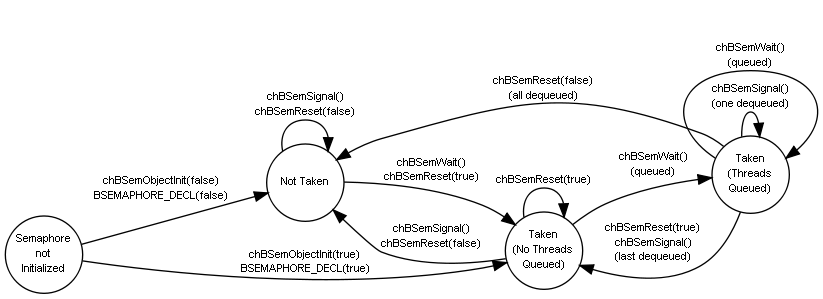
ArduPilot/ChibiOS.svn keeps this Graphviz diagram as book/bsem_states.png. Above is the earlier version. Its source is kept beside it as book/bsem_states.dot.
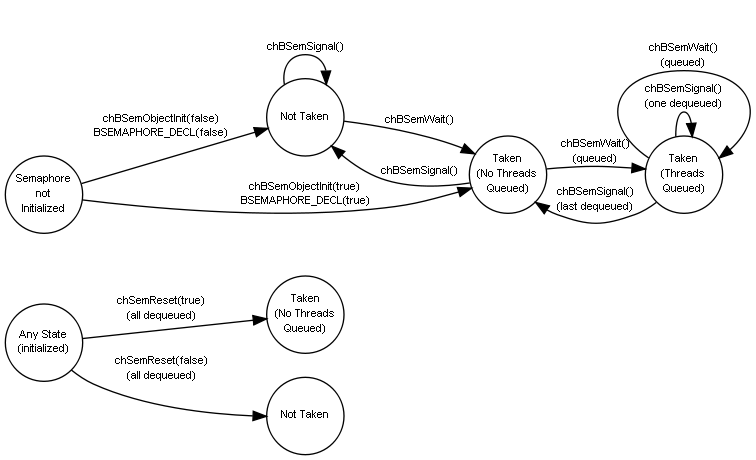
Later version of the same file.

Diff of the diagram source:
```diff
@@ -4,6 +4,13 @@
 
     node [shape=circle, fontname=Sans Serif, fontsize=8, fixedsize="true", width="0.8", height="0.8"];
     edge [fontname=Sans Serif, fontsize=8];
+
+    any [label="Any State\n(initialized)"];
+    taken2 [label="Taken\n(No Threads\nQueued)"];
+    ntaken2 [label="Not Taken"];
+
+    any -> taken2 [label="\nchSemReset(true)\n(all dequeued)"];
+    any -> ntaken2 [label="\nchSemReset(false)\n(all dequeued)"];
 
     init [label="Semaphore\nnot\nInitialized"];
     ntaken [label="Not Taken"];
@@ -12,13 +19,11 @@
 
     init -> ntaken [label="\nchBSemObjectInit(false)\nBSEMAPHORE_DECL(false)"];
     init -> taken [label="\nchBSemObjectInit(true)\nBSEMAPHORE_DECL(true)"];
-    ntaken -> taken [label="\nchBSemWait()\nchBSemReset(true)"];
+    ntaken -> taken [label="\nchBSemWait()"];
     taken -> qtaken [label="\nchBSemWait()\n(queued)"];
     qtaken -> qtaken [label="\nchBSemSignal()\n(one dequeued)"];
     qtaken -> qtaken [label="\nchBSemWait()\n(queued)"];
-    qtaken -> taken [label="\nchBSemReset(true)\nchBSemSignal()\n(last dequeued)"];
-    taken -> ntaken [label="\nchBSemSignal()\nchBSemReset(false)"];
-    ntaken -> ntaken [label="\nchBSemSignal()\nchBSemReset(false)"];
-    qtaken -> ntaken [label="\nchBSemReset(false)\n(all dequeued)"];
-    taken -> taken [label="\nchBSemReset(true)"];
+    qtaken -> taken [label="\nchBSemSignal()\n(last dequeued)"];
+    taken -> ntaken [label="\nchBSemSignal()"];
+    ntaken -> ntaken [label="\nchBSemSignal()"];
   }
```
